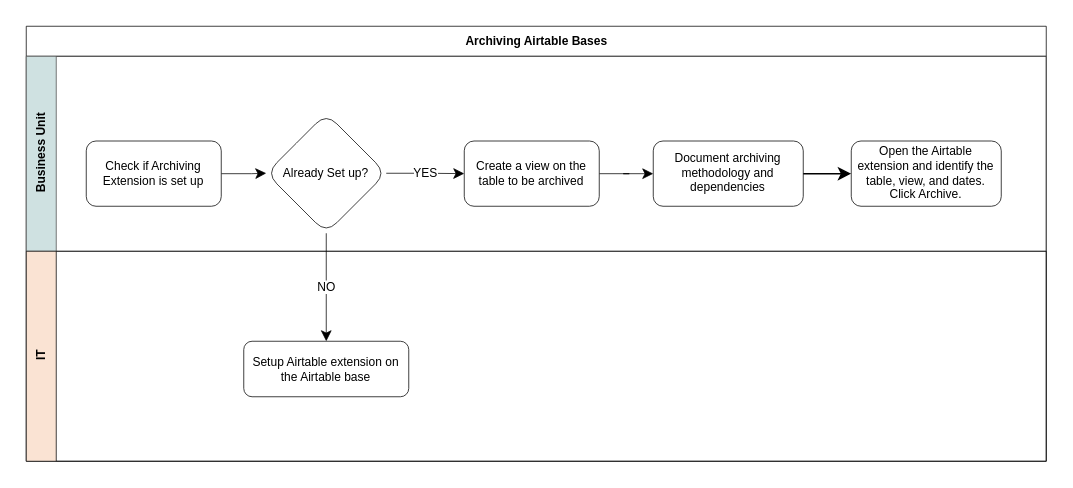
Earlier version of the draw.io diagram page "Process" (1 of 2) of General/Archiving.dio (MedGrocer/diagrams). Source tidied: cells renumbered, new cells numbered last; positions are measured from the earlier drawing's top-left corner, leaving out a move shared by most shapes. Both pictures are drawn from the tidied source at 150%, with x=0, y=0 at pixel (26, 26).
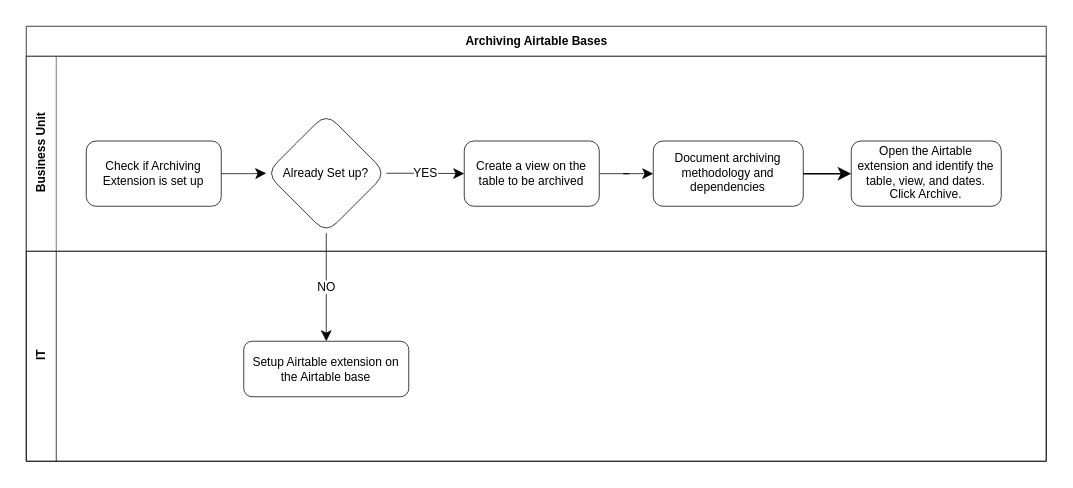
Above is the later version.

The edit, as a diff of the source:
```diff
@@
 <mxGraphModel>
   <root>
     <mxCell id="0" />
     <mxCell id="1" parent="0" />
     <mxCell id="2" value="Archiving Airtable Bases" style="swimlane;html=1;horizontal=1;startSize=20;rounded=0;shadow=0;labelBackgroundColor=none;strokeWidth=0.5;fontFamily=Helvetica;fontSize=8;align=center;strokeColor=default;fillColor=none;" parent="1" vertex="1">
       <mxGeometry width="680" height="290" as="geometry" />
     </mxCell>
-    <mxCell id="3" value="Business Unit" style="swimlane;html=1;startSize=20;horizontal=0;strokeWidth=0.5;fillColor=#cfe1e1;strokeColor=#4D4D4D;fontFamily=Helvetica;fontSize=8;" parent="2" vertex="1">
+    <mxCell id="3" value="Business Unit" style="swimlane;html=1;startSize=20;horizontal=0;strokeWidth=0.5;fillColor=none;strokeColor=#4D4D4D;fontFamily=Helvetica;fontSize=8;" parent="2" vertex="1">
       <mxGeometry y="20" width="680" height="130" as="geometry" />
     </mxCell>
     <mxCell id="4" style="edgeStyle=orthogonalEdgeStyle;rounded=0;jettySize=auto;html=1;strokeWidth=0.5;" parent="3" edge="1" source="5" target="10">
       <mxGeometry relative="1" as="geometry" />
     </mxCell>
     <mxCell id="5" value="Create a view on the table to be archived" style="rounded=1;whiteSpace=wrap;html=1;shadow=0;labelBackgroundColor=none;strokeWidth=0.5;fontFamily=Helvetica;fontSize=8;align=center;" parent="3" vertex="1">
       <mxGeometry x="292" y="56.5" width="90" height="43.5" as="geometry" />
     </mxCell>
     <mxCell id="6" style="edgeStyle=orthogonalEdgeStyle;rounded=0;jettySize=auto;html=1;strokeWidth=0.5;" parent="3" edge="1" source="7" target="9">
       <mxGeometry relative="1" as="geometry" />
     </mxCell>
     <mxCell id="7" value="Check if Archiving Extension is set up" style="rounded=1;whiteSpace=wrap;html=1;shadow=0;labelBackgroundColor=none;strokeWidth=0.5;fontFamily=Helvetica;fontSize=8;align=center;" parent="3" vertex="1">
       <mxGeometry x="40" y="56.5" width="90" height="43.5" as="geometry" />
     </mxCell>
     <mxCell id="8" value="&lt;font style=&quot;font-size: 8px;&quot;&gt;YES&lt;/font&gt;" style="edgeStyle=orthogonalEdgeStyle;rounded=0;jettySize=auto;html=1;exitX=1;exitY=0.5;exitDx=0;exitDy=0;entryX=0;entryY=0.5;entryDx=0;entryDy=0;strokeWidth=0.5;fontFamily=Helvetica;fontSize=8;" parent="3" edge="1" source="9" target="5">
       <mxGeometry relative="1" as="geometry" />
     </mxCell>
     <mxCell id="9" value="&lt;font style=&quot;font-size: 8px;&quot;&gt;Already Set up?&lt;/font&gt;" style="rhombus;whiteSpace=wrap;html=1;fontFamily=Helvetica;strokeWidth=0.5;fontSize=8;rounded=1;" parent="3" vertex="1">
       <mxGeometry x="160" y="38" width="80" height="80" as="geometry" />
     </mxCell>
     <mxCell id="10" value="Document archiving methodology and dependencies" style="rounded=1;whiteSpace=wrap;html=1;shadow=0;labelBackgroundColor=none;strokeWidth=0.5;fontFamily=Helvetica;fontSize=8;align=center;" parent="3" vertex="1">
       <mxGeometry x="418" y="56.5" width="100" height="43.5" as="geometry" />
     </mxCell>
-    <mxCell id="11" value="IT" style="swimlane;html=1;startSize=20;horizontal=0;strokeWidth=0.5;fillColor=#fae3d3;fontFamily=Helvetica;fontSize=8;" parent="2" vertex="1">
+    <mxCell id="11" value="IT" style="swimlane;html=1;startSize=20;horizontal=0;strokeWidth=0.5;fillColor=none;fontFamily=Helvetica;fontSize=8;" parent="2" vertex="1">
       <mxGeometry y="150" width="680" height="140" as="geometry" />
     </mxCell>
     <mxCell id="12" value="Setup Airtable extension on the Airtable base" style="rounded=1;whiteSpace=wrap;html=1;shadow=0;labelBackgroundColor=none;strokeWidth=0.5;fontFamily=Helvetica;fontSize=8;align=center;" parent="11" vertex="1">
       <mxGeometry x="145" y="60" width="110" height="37" as="geometry" />
     </mxCell>
     <mxCell id="13" value="&lt;font style=&quot;font-size: 8px;&quot;&gt;NO&lt;/font&gt;" style="edgeStyle=orthogonalEdgeStyle;rounded=0;jettySize=auto;html=1;exitX=0.5;exitY=1;exitDx=0;exitDy=0;entryX=0.5;entryY=0;entryDx=0;entryDy=0;strokeWidth=0.5;fontFamily=Helvetica;fontSize=8;" parent="2" edge="1" source="9" target="12">
       <mxGeometry relative="1" as="geometry" />
     </mxCell>
     <mxCell id="14" value="Open the Airtable extension and identify the table, view, and dates. Click Archive." style="rounded=1;whiteSpace=wrap;html=1;shadow=0;labelBackgroundColor=none;strokeWidth=0.5;fontFamily=Helvetica;fontSize=8;align=center;" parent="1" vertex="1">
       <mxGeometry x="550" y="76.5" width="100" height="43.5" as="geometry" />
     </mxCell>
     <mxCell id="15" style="edgeStyle=orthogonalEdgeStyle;rounded=0;jettySize=auto;html=1;" parent="1" edge="1" source="10" target="14">
       <mxGeometry relative="1" as="geometry" />
     </mxCell>
   </root>
 </mxGraphModel>
```
